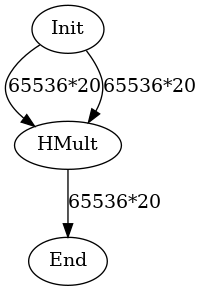
The Graphviz diagram data/graph_fhe.dot.png in hal-lab-u-tokyo/PolyFHE, before a commit. Its source is kept beside it as data/graph_fhe.dot. The source it was exported from:
```dot
digraph G {
Init[label="Init"];
HMult0[label="HMult"];
End[label="End"];
Init->HMult0[label="65536*20"];
Init->HMult0[label="65536*20"];
HMult0->End[label="65536*20"];
}
```
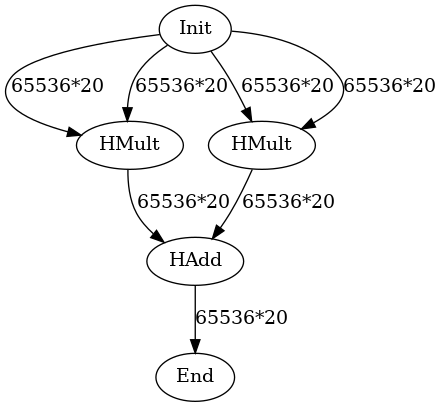
The same diagram one commit later.

Change to the diagram source:
```diff
@@ -1,8 +1,14 @@
 digraph G {
 Init[label="Init"];
 HMult0[label="HMult"];
+HMult1[label="HMult"];
+HAdd0[label="HAdd"];
 End[label="End"];
 Init->HMult0[label="65536*20"];
 Init->HMult0[label="65536*20"];
-HMult0->End[label="65536*20"];
+Init->HMult1[label="65536*20"];
+Init->HMult1[label="65536*20"];
+HMult0->HAdd0[label="65536*20"];
+HMult1->HAdd0[label="65536*20"];
+HAdd0->End[label="65536*20"];
 }
```
